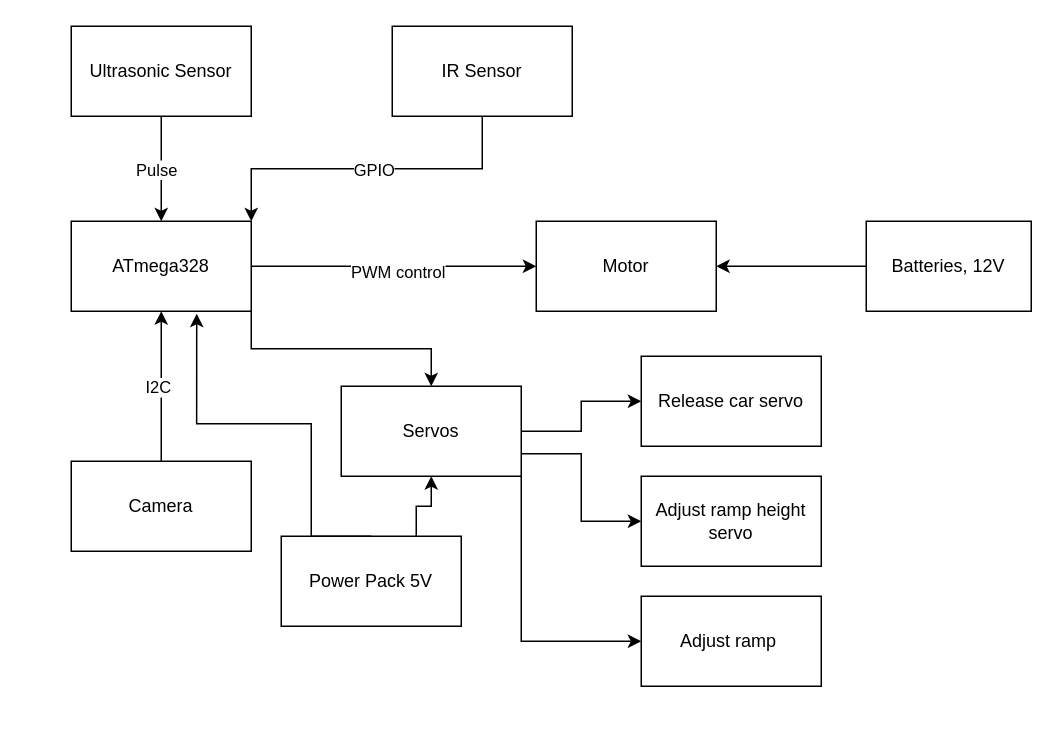
Before: Untitled Diagram.drawio in upenn-embedded/final-project-s25-0x0001f631, a draw.io diagram. Source tidied: cells renumbered, new cells numbered last; positions are measured from the earlier drawing's top-left corner, leaving out a move shared by most shapes. Both pictures are drawn from the tidied source at 150%, with x=0, y=0 at pixel (70, 26).
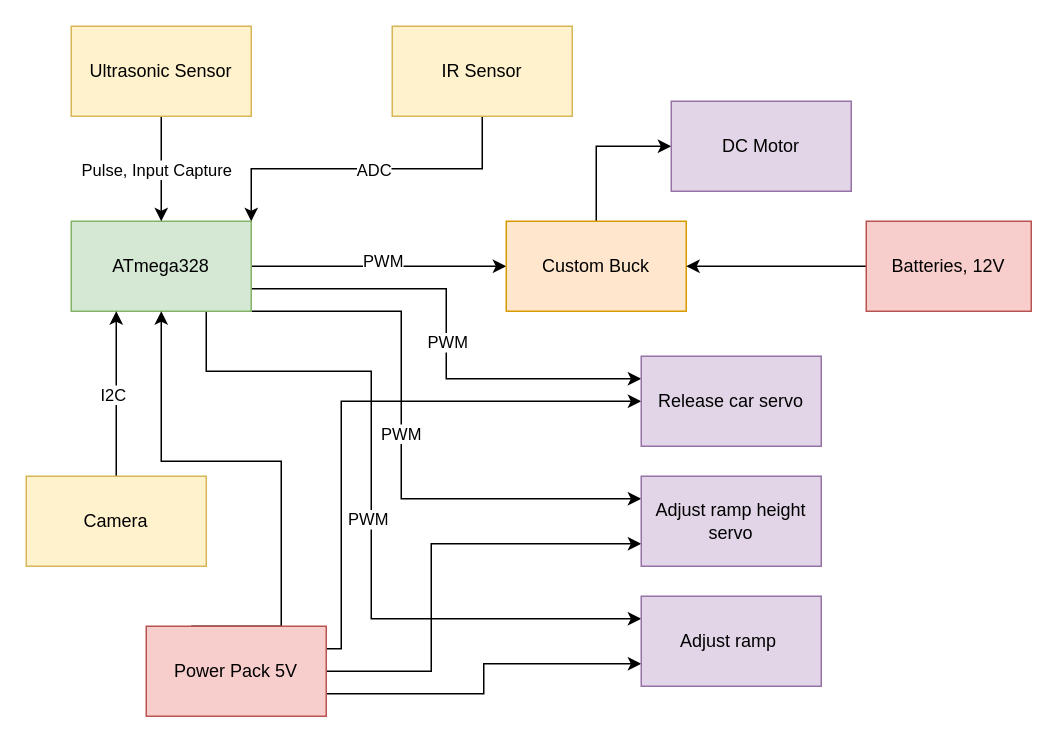
The same page after the edit.

Unchanged cells that the change refers to:
```xml
<mxCell id="2" style="edgeStyle=orthogonalEdgeStyle;rounded=0;jettySize=auto;html=1;exitX=1;exitY=0.5;exitDx=0;exitDy=0;entryX=0;entryY=0.5;entryDx=0;entryDy=0;" parent="1" edge="1" source="5" target="6">
  <mxGeometry relative="1" as="geometry" />
</mxCell>
<mxCell id="12" style="edgeStyle=orthogonalEdgeStyle;rounded=0;jettySize=auto;html=1;exitX=0.5;exitY=1;exitDx=0;exitDy=0;entryX=0.5;entryY=0;entryDx=0;entryDy=0;" parent="1" edge="1" source="14" target="5">
  <mxGeometry relative="1" as="geometry" />
</mxCell>
<mxCell id="15" style="edgeStyle=orthogonalEdgeStyle;rounded=0;jettySize=auto;html=1;exitX=0.5;exitY=1;exitDx=0;exitDy=0;entryX=1;entryY=0;entryDx=0;entryDy=0;" parent="1" edge="1" source="17" target="5">
  <mxGeometry relative="1" as="geometry" />
</mxCell>
```

What changed in the source:
```diff
@@
-    <mxCell id="3" value="PWM control" style="edgeLabel;html=1;align=center;verticalAlign=middle;" parent="2" vertex="1">
+    <mxCell id="3" value="&lt;div&gt;PWM&lt;/div&gt;&lt;div&gt;&lt;br&gt;&lt;/div&gt;" style="edgeLabel;html=1;align=center;verticalAlign=middle;" parent="2" vertex="1">
       <mxGeometry x="0.02" y="-3" relative="1" as="geometry" />
     </mxCell>
-    <mxCell id="4" style="edgeStyle=orthogonalEdgeStyle;rounded=0;jettySize=auto;html=1;exitX=1;exitY=1;exitDx=0;exitDy=0;" parent="1" edge="1" source="5" target="21">
-      <mxGeometry relative="1" as="geometry" />
-    </mxCell>
+    <mxCell id="28" style="edgeStyle=orthogonalEdgeStyle;rounded=0;jettySize=auto;html=1;exitX=1;exitY=0.75;exitDx=0;exitDy=0;entryX=0;entryY=0.25;entryDx=0;entryDy=0;" parent="1" edge="1" source="5" target="25">
+      <mxGeometry relative="1" as="geometry" />
+    </mxCell>
+    <mxCell id="29" value="&lt;div&gt;PWM&lt;/div&gt;" style="edgeLabel;html=1;align=center;verticalAlign=middle;" parent="28" vertex="1">
+      <mxGeometry x="0.03" relative="1" as="geometry" />
+    </mxCell>
+    <mxCell id="30" style="edgeStyle=orthogonalEdgeStyle;rounded=0;jettySize=auto;html=1;exitX=1;exitY=1;exitDx=0;exitDy=0;entryX=0;entryY=0.25;entryDx=0;entryDy=0;" parent="1" edge="1" source="5" target="26">
+      <mxGeometry relative="1" as="geometry">
+        <Array as="points">
+          <mxPoint x="220" y="190" />
+          <mxPoint x="220" y="315" />
+        </Array>
+      </mxGeometry>
+    </mxCell>
+    <mxCell id="31" value="&lt;div&gt;PWM&lt;/div&gt;" style="edgeLabel;html=1;align=center;verticalAlign=middle;" parent="30" vertex="1">
+      <mxGeometry x="-0.06" y="-1" relative="1" as="geometry" />
+    </mxCell>
+    <mxCell id="32" style="edgeStyle=orthogonalEdgeStyle;rounded=0;jettySize=auto;html=1;exitX=0.75;exitY=1;exitDx=0;exitDy=0;entryX=0;entryY=0.25;entryDx=0;entryDy=0;" parent="1" edge="1" source="5" target="27">
+      <mxGeometry relative="1" as="geometry">
+        <Array as="points">
+          <mxPoint x="90" y="230" />
+          <mxPoint x="200" y="230" />
+          <mxPoint x="200" y="395" />
+        </Array>
+      </mxGeometry>
+    </mxCell>
+    <mxCell id="33" value="&lt;div&gt;PWM&lt;/div&gt;" style="edgeLabel;html=1;align=center;verticalAlign=middle;" parent="32" vertex="1">
+      <mxGeometry y="-3" relative="1" as="geometry" />
+    </mxCell>
-    <mxCell id="5" value="ATmega328" style="rounded=0;whiteSpace=wrap;html=1;" parent="1" vertex="1">
+    <mxCell id="5" value="ATmega328" style="rounded=0;whiteSpace=wrap;html=1;fillColor=#d5e8d4;strokeColor=#82b366;" parent="1" vertex="1">
       <mxGeometry y="130" width="120" height="60" as="geometry" />
     </mxCell>
+    <mxCell id="34" style="edgeStyle=orthogonalEdgeStyle;rounded=0;jettySize=auto;html=1;exitX=0.5;exitY=0;exitDx=0;exitDy=0;entryX=0;entryY=0.5;entryDx=0;entryDy=0;" parent="1" edge="1" source="6" target="38">
+      <mxGeometry relative="1" as="geometry" />
+    </mxCell>
-    <mxCell id="6" value="Motor" style="rounded=0;whiteSpace=wrap;html=1;" parent="1" vertex="1">
-      <mxGeometry x="310" y="130" width="120" height="60" as="geometry" />
+    <mxCell id="6" value="Custom Buck" style="rounded=0;whiteSpace=wrap;html=1;fillColor=#ffe6cc;strokeColor=#d79b00;" parent="1" vertex="1">
+      <mxGeometry x="290" y="130" width="120" height="60" as="geometry" />
     </mxCell>
@@
-    <mxCell id="8" value="Batteries, 12V" style="rounded=0;whiteSpace=wrap;html=1;" parent="1" vertex="1">
+    <mxCell id="8" value="Batteries, 12V" style="rounded=0;whiteSpace=wrap;html=1;fillColor=#f8cecc;strokeColor=#b85450;" parent="1" vertex="1">
       <mxGeometry x="530" y="130" width="110" height="60" as="geometry" />
     </mxCell>
-    <mxCell id="9" style="edgeStyle=orthogonalEdgeStyle;rounded=0;jettySize=auto;html=1;exitX=0.5;exitY=0;exitDx=0;exitDy=0;entryX=0.5;entryY=1;entryDx=0;entryDy=0;" parent="1" edge="1" source="11" target="5">
+    <mxCell id="9" style="edgeStyle=orthogonalEdgeStyle;rounded=0;jettySize=auto;html=1;exitX=0.5;exitY=0;exitDx=0;exitDy=0;entryX=0.25;entryY=1;entryDx=0;entryDy=0;" parent="1" edge="1" source="11" target="5">
       <mxGeometry relative="1" as="geometry" />
     </mxCell>
@@
-    <mxCell id="11" value="Camera" style="rounded=0;whiteSpace=wrap;html=1;" parent="1" vertex="1">
-      <mxGeometry y="290" width="120" height="60" as="geometry" />
+    <mxCell id="11" value="Camera" style="rounded=0;whiteSpace=wrap;html=1;fillColor=#fff2cc;strokeColor=#d6b656;" parent="1" vertex="1">
+      <mxGeometry x="-30" y="300" width="120" height="60" as="geometry" />
     </mxCell>
@@
-    <mxCell id="13" value="Pulse" style="edgeLabel;html=1;align=center;verticalAlign=middle;" parent="12" vertex="1">
+    <mxCell id="13" value="&lt;div&gt;Pulse, Input Capture&lt;/div&gt;" style="edgeLabel;html=1;align=center;verticalAlign=middle;" parent="12" vertex="1">
       <mxGeometry x="-0.01" y="-4" relative="1" as="geometry" />
     </mxCell>
-    <mxCell id="14" value="Ultrasonic Sensor" style="rounded=0;whiteSpace=wrap;html=1;" parent="1" vertex="1">
+    <mxCell id="14" value="Ultrasonic Sensor" style="rounded=0;whiteSpace=wrap;html=1;fillColor=#fff2cc;strokeColor=#d6b656;" parent="1" vertex="1">
       <mxGeometry width="120" height="60" as="geometry" />
     </mxCell>
@@
-    <mxCell id="16" value="GPIO" style="edgeLabel;html=1;align=center;verticalAlign=middle;" parent="15" vertex="1">
+    <mxCell id="16" value="ADC" style="edgeLabel;html=1;align=center;verticalAlign=middle;" parent="15" vertex="1">
       <mxGeometry x="-0.04" relative="1" as="geometry" />
     </mxCell>
-    <mxCell id="17" value="IR Sensor" style="rounded=0;whiteSpace=wrap;html=1;" parent="1" vertex="1">
+    <mxCell id="17" value="IR Sensor" style="rounded=0;whiteSpace=wrap;html=1;fillColor=#fff2cc;strokeColor=#d6b656;" parent="1" vertex="1">
       <mxGeometry x="214" width="120" height="60" as="geometry" />
     </mxCell>
-    <mxCell id="18" style="edgeStyle=orthogonalEdgeStyle;rounded=0;jettySize=auto;html=1;exitX=1;exitY=0.5;exitDx=0;exitDy=0;entryX=0;entryY=0.5;entryDx=0;entryDy=0;" parent="1" edge="1" source="21" target="25">
-      <mxGeometry relative="1" as="geometry" />
-    </mxCell>
-    <mxCell id="19" style="edgeStyle=orthogonalEdgeStyle;rounded=0;jettySize=auto;html=1;exitX=1;exitY=0.75;exitDx=0;exitDy=0;entryX=0;entryY=0.5;entryDx=0;entryDy=0;" parent="1" edge="1" source="21" target="26">
-      <mxGeometry relative="1" as="geometry" />
-    </mxCell>
-    <mxCell id="20" style="edgeStyle=orthogonalEdgeStyle;rounded=0;jettySize=auto;html=1;exitX=1;exitY=1;exitDx=0;exitDy=0;entryX=0;entryY=0.5;entryDx=0;entryDy=0;" parent="1" edge="1" source="21" target="27">
-      <mxGeometry relative="1" as="geometry" />
-    </mxCell>
-    <mxCell id="21" value="Servos" style="rounded=0;whiteSpace=wrap;html=1;" parent="1" vertex="1">
-      <mxGeometry x="180" y="240" width="120" height="60" as="geometry" />
-    </mxCell>
-    <mxCell id="22" style="edgeStyle=orthogonalEdgeStyle;rounded=0;jettySize=auto;html=1;exitX=0.75;exitY=0;exitDx=0;exitDy=0;entryX=0.5;entryY=1;entryDx=0;entryDy=0;" parent="1" edge="1" source="23" target="21">
-      <mxGeometry relative="1" as="geometry" />
-    </mxCell>
+    <mxCell id="24" style="edgeStyle=orthogonalEdgeStyle;rounded=0;jettySize=auto;html=1;exitX=0.25;exitY=0;exitDx=0;exitDy=0;entryX=0.5;entryY=1;entryDx=0;entryDy=0;" parent="1" edge="1" source="23" target="5">
+      <mxGeometry relative="1" as="geometry">
+        <Array as="points">
+          <mxPoint x="140" y="290" />
+          <mxPoint x="60" y="290" />
+        </Array>
+      </mxGeometry>
+    </mxCell>
+    <mxCell id="35" style="edgeStyle=orthogonalEdgeStyle;rounded=0;jettySize=auto;html=1;exitX=1;exitY=0.75;exitDx=0;exitDy=0;entryX=0;entryY=0.75;entryDx=0;entryDy=0;" parent="1" edge="1" source="23" target="27">
+      <mxGeometry relative="1" as="geometry" />
+    </mxCell>
+    <mxCell id="36" style="edgeStyle=orthogonalEdgeStyle;rounded=0;jettySize=auto;html=1;exitX=1;exitY=0.5;exitDx=0;exitDy=0;entryX=0;entryY=0.75;entryDx=0;entryDy=0;" parent="1" edge="1" source="23" target="26">
+      <mxGeometry relative="1" as="geometry">
+        <Array as="points">
+          <mxPoint x="240" y="430" />
+          <mxPoint x="240" y="345" />
+        </Array>
+      </mxGeometry>
+    </mxCell>
+    <mxCell id="37" style="edgeStyle=orthogonalEdgeStyle;rounded=0;jettySize=auto;html=1;exitX=1;exitY=0.25;exitDx=0;exitDy=0;entryX=0;entryY=0.5;entryDx=0;entryDy=0;" parent="1" edge="1" source="23" target="25">
+      <mxGeometry relative="1" as="geometry">
+        <Array as="points">
+          <mxPoint x="180" y="415" />
+          <mxPoint x="180" y="250" />
+        </Array>
+      </mxGeometry>
+    </mxCell>
-    <mxCell id="23" value="Power Pack 5V" style="rounded=0;whiteSpace=wrap;html=1;" parent="1" vertex="1">
-      <mxGeometry x="140" y="340" width="120" height="60" as="geometry" />
+    <mxCell id="23" value="Power Pack 5V" style="rounded=0;whiteSpace=wrap;html=1;fillColor=#f8cecc;strokeColor=#b85450;" parent="1" vertex="1">
+      <mxGeometry x="50" y="400" width="120" height="60" as="geometry" />
     </mxCell>
-    <mxCell id="24" style="edgeStyle=orthogonalEdgeStyle;rounded=0;jettySize=auto;html=1;exitX=0.5;exitY=0;exitDx=0;exitDy=0;entryX=0.697;entryY=1.027;entryDx=0;entryDy=0;entryPerimeter=0;" parent="1" edge="1" source="23" target="5">
-      <mxGeometry relative="1" as="geometry">
-        <Array as="points">
-          <mxPoint x="160" y="340" />
-          <mxPoint x="160" y="265" />
-          <mxPoint x="84" y="265" />
-        </Array>
-      </mxGeometry>
-    </mxCell>
-    <mxCell id="25" value="Release car servo" style="rounded=0;whiteSpace=wrap;html=1;" parent="1" vertex="1">
+    <mxCell id="25" value="Release car servo" style="rounded=0;whiteSpace=wrap;html=1;fillColor=#e1d5e7;strokeColor=#9673a6;" parent="1" vertex="1">
       <mxGeometry x="380" y="220" width="120" height="60" as="geometry" />
     </mxCell>
-    <mxCell id="26" value="Adjust ramp height servo" style="rounded=0;whiteSpace=wrap;html=1;" parent="1" vertex="1">
+    <mxCell id="26" value="Adjust ramp height servo" style="rounded=0;whiteSpace=wrap;html=1;fillColor=#e1d5e7;strokeColor=#9673a6;" parent="1" vertex="1">
       <mxGeometry x="380" y="300" width="120" height="60" as="geometry" />
     </mxCell>
-    <mxCell id="27" value="Adjust ramp&amp;nbsp;" style="rounded=0;whiteSpace=wrap;html=1;" parent="1" vertex="1">
+    <mxCell id="27" value="Adjust ramp&amp;nbsp;" style="rounded=0;whiteSpace=wrap;html=1;fillColor=#e1d5e7;strokeColor=#9673a6;" parent="1" vertex="1">
       <mxGeometry x="380" y="380" width="120" height="60" as="geometry" />
     </mxCell>
+    <mxCell id="38" value="&lt;div&gt;DC Motor&lt;/div&gt;" style="rounded=0;whiteSpace=wrap;html=1;fillColor=#e1d5e7;strokeColor=#9673a6;" parent="1" vertex="1">
+      <mxGeometry x="400" y="50" width="120" height="60" as="geometry" />
+    </mxCell>
```
